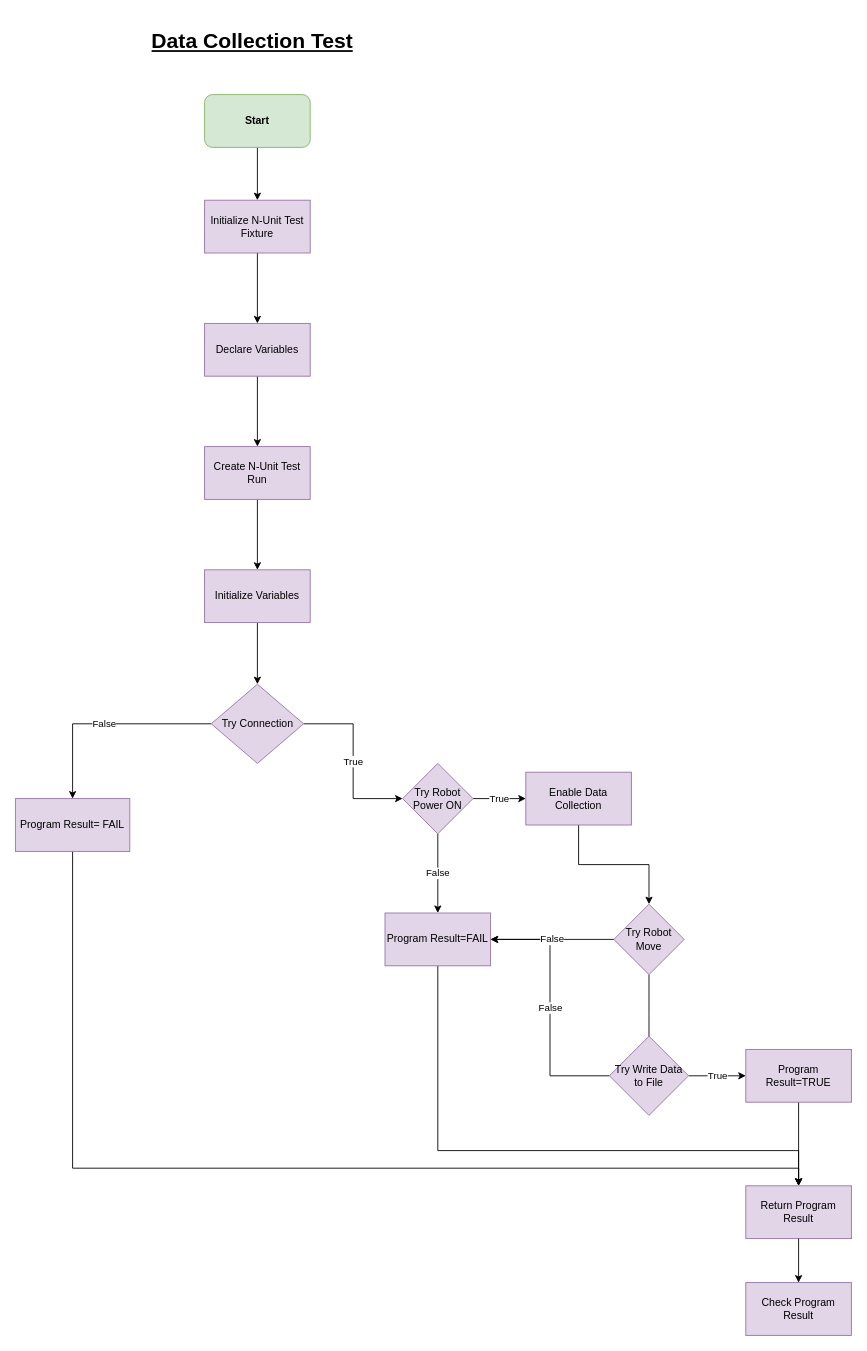
Above: page "DataCollectionTest" (2 of 3) of ProductionTestCompatabilityFLOWCHARTS.drawio in SydneySwofford/Notes (draw.io), before the change. Source tidied: cells renumbered, new cells numbered last; positions are measured from the earlier drawing's top-left corner, leaving out a move shared by most shapes. Both pictures are drawn from the tidied source at 88%, with x=0, y=0 at pixel (15, 24).
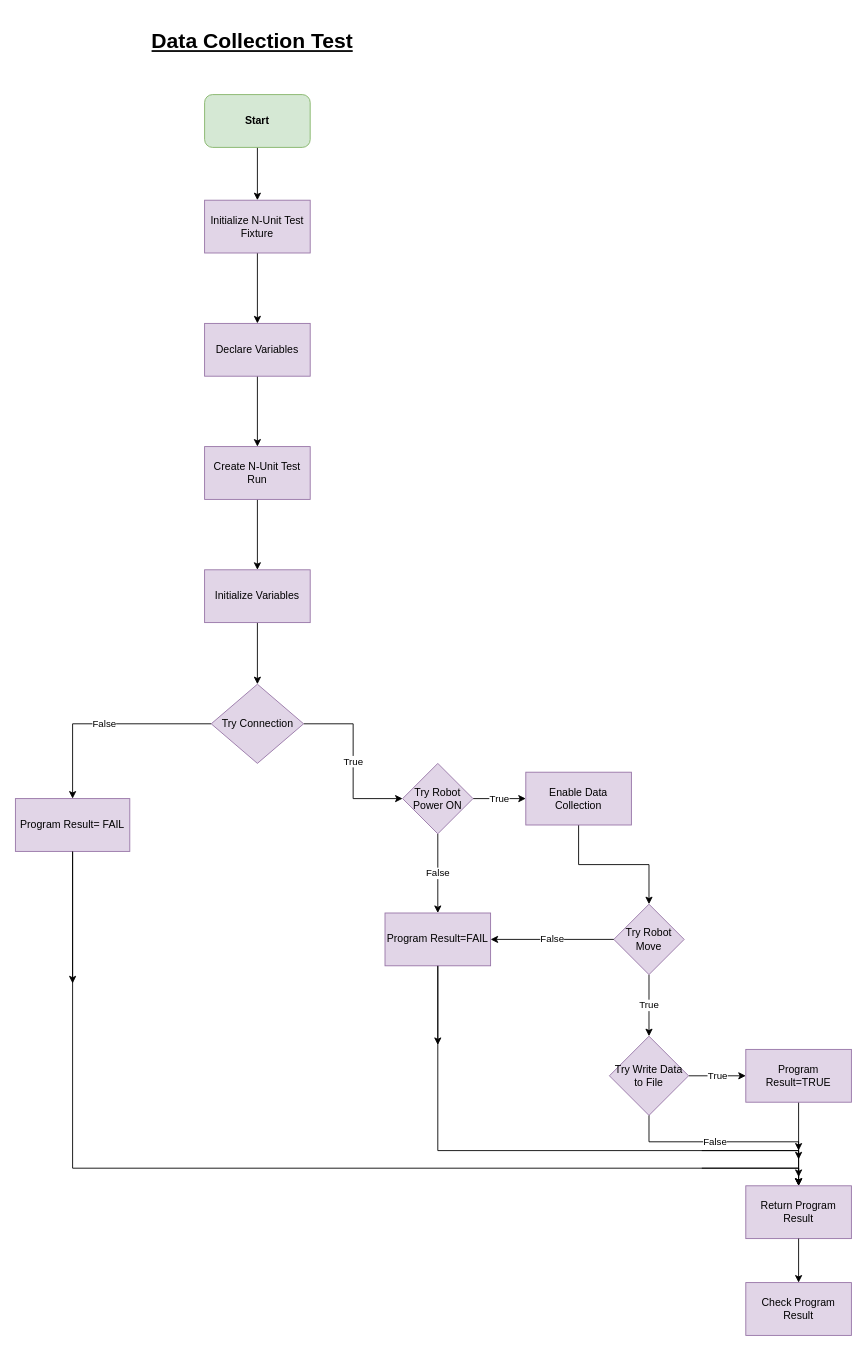
The same page after the edit.

The change refers to these unchanged cells:
```xml
<mxCell id="15" value="Program Result= FAIL" style="whiteSpace=wrap;html=1;fillColor=#e1d5e7;strokeColor=#9673a6;rounded=0;" parent="1" vertex="1">
  <mxGeometry y="880" width="130" height="60" as="geometry" />
</mxCell>
<mxCell id="22" value="Program Result=FAIL" style="whiteSpace=wrap;html=1;fillColor=#e1d5e7;strokeColor=#9673a6;" parent="1" vertex="1">
  <mxGeometry x="420" y="1010" width="120" height="60" as="geometry" />
</mxCell>
<mxCell id="26" value="Try Robot Move" style="rhombus;whiteSpace=wrap;html=1;fillColor=#e1d5e7;strokeColor=#9673a6;" parent="1" vertex="1">
  <mxGeometry x="680" y="1000" width="80" height="80" as="geometry" />
</mxCell>
<mxCell id="31" value="Try Write Data to File" style="rhombus;whiteSpace=wrap;html=1;fillColor=#e1d5e7;strokeColor=#9673a6;" parent="1" vertex="1">
  <mxGeometry x="675" y="1150" width="90" height="90" as="geometry" />
</mxCell>
```

What changed in the source:
```diff
@@
-    <mxCell id="25" style="edgeStyle=orthogonalEdgeStyle;rounded=0;jettySize=auto;html=1;" parent="1" edge="1" source="26">
-      <mxGeometry relative="1" as="geometry">
-        <mxPoint x="720" y="1170" as="targetPoint" />
-      </mxGeometry>
+    <mxCell id="25" value="True" style="edgeStyle=orthogonalEdgeStyle;rounded=0;jettySize=auto;html=1;entryX=0.5;entryY=0;entryDx=0;entryDy=0;" parent="1" edge="1" source="26" target="31">
+      <mxGeometry relative="1" as="geometry" />
     </mxCell>
@@
-    <mxCell id="27" value="False" style="edgeStyle=orthogonalEdgeStyle;rounded=0;jettySize=auto;html=1;entryX=1;entryY=0.5;entryDx=0;entryDy=0;" parent="1" edge="1" source="31" target="22">
-      <mxGeometry relative="1" as="geometry" />
-    </mxCell>
@@
+    <mxCell id="36" style="endArrow=classic;html=1;rounded=0;exitX=0.5;exitY=1;exitDx=0;exitDy=0;" parent="1" edge="1" source="22">
+      <mxGeometry relative="1" as="geometry">
+        <mxPoint x="480" y="1160" as="targetPoint" />
+      </mxGeometry>
+    </mxCell>
+    <mxCell id="37" style="endArrow=classic;html=1;rounded=0;exitX=0.5;exitY=1;exitDx=0;exitDy=0;" parent="1" edge="1" source="15">
+      <mxGeometry relative="1" as="geometry">
+        <mxPoint x="65" y="1090" as="targetPoint" />
+      </mxGeometry>
+    </mxCell>
+    <mxCell id="38" style="endArrow=classic;html=1;rounded=0;" parent="1" edge="1">
+      <mxGeometry relative="1" as="geometry">
+        <mxPoint x="780" y="1280" as="sourcePoint" />
+        <mxPoint x="890" y="1290" as="targetPoint" />
+        <Array as="points">
+          <mxPoint x="890" y="1280" />
+        </Array>
+      </mxGeometry>
+    </mxCell>
+    <mxCell id="39" style="endArrow=classic;html=1;rounded=0;" parent="1" edge="1">
+      <mxGeometry relative="1" as="geometry">
+        <mxPoint x="780" y="1300" as="sourcePoint" />
+        <mxPoint x="890" y="1310" as="targetPoint" />
+        <Array as="points">
+          <mxPoint x="890" y="1300" />
+        </Array>
+      </mxGeometry>
+    </mxCell>
+    <mxCell id="27" value="False" style="endArrow=classic;html=1;rounded=0;" parent="1" edge="1" source="31">
+      <mxGeometry relative="1" as="geometry">
+        <mxPoint x="890" y="1280" as="targetPoint" />
+        <Array as="points">
+          <mxPoint x="720" y="1270" />
+          <mxPoint x="890" y="1270" />
+        </Array>
+      </mxGeometry>
+    </mxCell>
```
